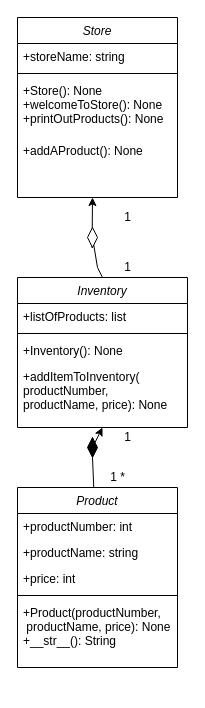
Before: Namnlöst diagram.drawio in ExtremeMalmz/Python-lab3, a draw.io diagram. Source tidied: cells renumbered, new cells numbered last; positions are measured from the earlier drawing's top-left corner, leaving out a move shared by most shapes. Both pictures are drawn from the tidied source at 100%, with x=0, y=0 at pixel (17, 17).
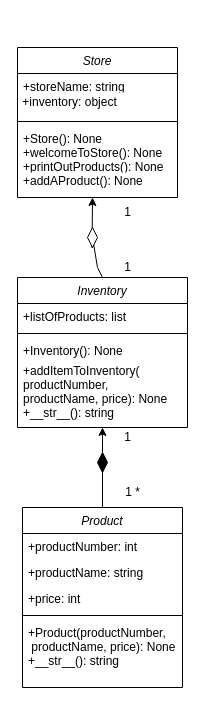
The same diagram, later.

Unchanged cells that the change refers to:
```xml
<mxCell id="7" value="Inventory&#10;" style="swimlane;fontStyle=2;align=center;verticalAlign=top;horizontal=1;startSize=26;rounded=0;shadow=0;strokeWidth=1;" parent="1" vertex="1">
  <mxGeometry y="260" width="170" height="150" as="geometry" />
</mxCell>
```

Change to the diagram source:
```diff
@@
     <mxCell id="2" value="Store&#10;" style="swimlane;fontStyle=2;align=center;verticalAlign=top;horizontal=1;startSize=26;rounded=0;shadow=0;strokeWidth=1;" parent="1" vertex="1">
-      <mxGeometry width="160" height="180" as="geometry" />
+      <mxGeometry y="30" width="160" height="150" as="geometry" />
     </mxCell>
     <mxCell id="3" value="+storeName: string" style="text;align=left;verticalAlign=top;spacingLeft=4;spacingRight=4;overflow=hidden;" parent="2" vertex="1">
-      <mxGeometry y="26" width="160" height="26" as="geometry" />
+      <mxGeometry y="26" width="160" height="14" as="geometry" />
     </mxCell>
+    <mxCell id="24" value="&amp;nbsp;+inventory: object" style="text;html=1;align=left;verticalAlign=middle;strokeColor=none;fillColor=none;" parent="2" vertex="1">
+      <mxGeometry y="40" width="160" height="30" as="geometry" />
+    </mxCell>
     <mxCell id="4" style="line;html=1;strokeWidth=1;align=left;verticalAlign=middle;spacingTop=-1;spacingLeft=3;spacingRight=3;labelPosition=right;" parent="2" vertex="1">
-      <mxGeometry y="52" width="160" height="8" as="geometry" />
+      <mxGeometry y="70" width="160" height="8" as="geometry" />
     </mxCell>
     <mxCell id="5" value="+Store(): None&#10;+welcomeToStore(): None&#10;+printOutProducts(): None" style="text;align=left;verticalAlign=top;spacingLeft=4;spacingRight=4;overflow=hidden;" parent="2" vertex="1">
-      <mxGeometry y="60" width="160" height="60" as="geometry" />
+      <mxGeometry y="78" width="160" height="42" as="geometry" />
     </mxCell>
     <mxCell id="6" value="+addAProduct(): None" style="text;align=left;verticalAlign=top;spacingLeft=4;spacingRight=4;overflow=hidden;" parent="2" vertex="1">
-      <mxGeometry y="120" width="160" height="60" as="geometry" />
+      <mxGeometry y="120" width="160" height="20" as="geometry" />
     </mxCell>
@@
     <mxCell id="10" value="+Inventory(): None&#10;" style="text;align=left;verticalAlign=top;spacingLeft=4;spacingRight=4;overflow=hidden;" parent="7" vertex="1">
-      <mxGeometry y="60" width="170" height="26" as="geometry" />
+      <mxGeometry y="60" width="170" height="20" as="geometry" />
     </mxCell>
-    <mxCell id="11" value="+addItemToInventory(&#10;productNumber, &#10;productName, price): None&#10;" style="text;align=left;verticalAlign=top;spacingLeft=4;spacingRight=4;overflow=hidden;" parent="7" vertex="1">
-      <mxGeometry y="86" width="170" height="54" as="geometry" />
+    <mxCell id="11" value="+addItemToInventory(&#10;productNumber, &#10;productName, price): None&#10;+__str__(): string&#10;" style="text;align=left;verticalAlign=top;spacingLeft=4;spacingRight=4;overflow=hidden;" parent="7" vertex="1">
+      <mxGeometry y="80" width="170" height="64" as="geometry" />
     </mxCell>
     <mxCell id="12" value="Product" style="swimlane;fontStyle=2;align=center;verticalAlign=top;horizontal=1;startSize=26;rounded=0;shadow=0;strokeWidth=1;" parent="1" vertex="1">
-      <mxGeometry y="470" width="160" height="180" as="geometry" />
+      <mxGeometry x="5" y="490" width="160" height="180" as="geometry" />
     </mxCell>
@@
-    <mxCell id="17" value="+Product(productNumber,&#10; productName, price): None&#10;+__str__(): String" style="text;align=left;verticalAlign=top;spacingLeft=4;spacingRight=4;overflow=hidden;" parent="12" vertex="1">
+    <mxCell id="17" value="+Product(productNumber,&#10; productName, price): None&#10;+__str__(): string" style="text;align=left;verticalAlign=top;spacingLeft=4;spacingRight=4;overflow=hidden;" parent="12" vertex="1">
       <mxGeometry y="112" width="160" height="68" as="geometry" />
     </mxCell>
@@
     <mxCell id="22" style="rhombus;whiteSpace=wrap;html=1;fillColor=#000000;" parent="1" vertex="1">
-      <mxGeometry x="70" y="420" width="10" height="20" as="geometry" />
+      <mxGeometry x="80" y="435" width="10" height="20" as="geometry" />
     </mxCell>
@@
-    <mxCell id="24" value="1" style="text;html=1;align=center;verticalAlign=middle;strokeColor=none;fillColor=none;" parent="1" vertex="1">
-      <mxGeometry x="95" y="185" width="30" height="30" as="geometry" />
-    </mxCell>
@@
     <mxCell id="27" value="1 *" style="text;html=1;align=center;verticalAlign=middle;strokeColor=none;fillColor=none;" parent="1" vertex="1">
-      <mxGeometry x="80" y="445" width="40" height="30" as="geometry" />
+      <mxGeometry x="95" y="460" width="40" height="30" as="geometry" />
     </mxCell>
+    <mxCell id="28" value="1" style="text;html=1;align=center;verticalAlign=middle;strokeColor=none;fillColor=none;" parent="1" vertex="1">
+      <mxGeometry x="95" y="180" width="30" height="30" as="geometry" />
+    </mxCell>
```
